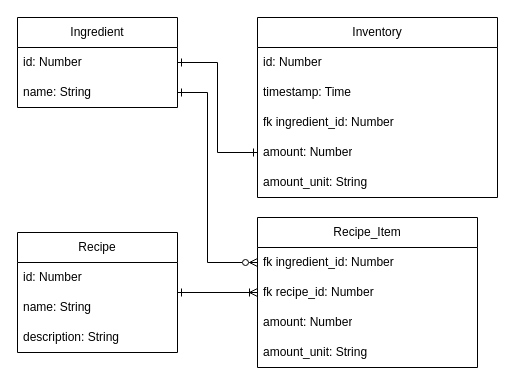
joseph-rock/db-project keeps this draw.io diagram as db-project-ERD.drawio. Above is the earlier version. Source tidied: cells renumbered, new cells numbered last; positions are measured from the earlier drawing's top-left corner, leaving out a move shared by most shapes. Both pictures are drawn from the tidied source at 100%, with x=0, y=0 at pixel (17, 17).
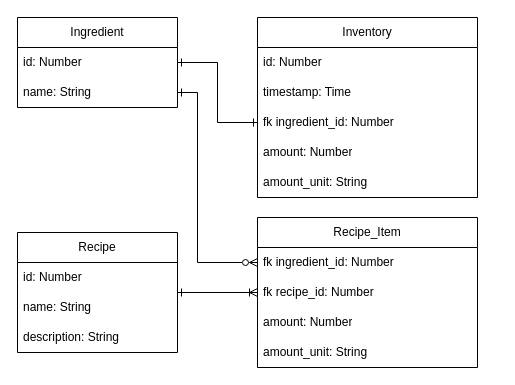
Above is the later version.

The change refers to these unchanged cells:
```xml
<mxCell id="3" value="id: Number" style="text;strokeColor=none;fillColor=none;align=left;verticalAlign=middle;spacingLeft=4;spacingRight=4;overflow=hidden;points=[[0,0.5],[1,0.5]];portConstraint=eastwest;whiteSpace=wrap;html=1;" parent="2" vertex="1">
  <mxGeometry y="30" width="160" height="30" as="geometry" />
</mxCell>
<mxCell id="4" value="name: String" style="text;strokeColor=none;fillColor=none;align=left;verticalAlign=middle;spacingLeft=4;spacingRight=4;overflow=hidden;points=[[0,0.5],[1,0.5]];portConstraint=eastwest;whiteSpace=wrap;html=1;" parent="2" vertex="1">
  <mxGeometry y="60" width="160" height="30" as="geometry" />
</mxCell>
<mxCell id="11" value="fk ingredient_id: Number" style="text;strokeColor=none;fillColor=none;align=left;verticalAlign=middle;spacingLeft=4;spacingRight=4;overflow=hidden;points=[[0,0.5],[1,0.5]];portConstraint=eastwest;whiteSpace=wrap;html=1;" parent="10" vertex="1">
  <mxGeometry y="30" width="220" height="30" as="geometry" />
</mxCell>
```

What changed in the source:
```diff
@@
     <mxCell id="15" value="Inventory" style="swimlane;fontStyle=0;horizontal=1;startSize=30;whiteSpace=wrap;html=1;" parent="1" vertex="1">
-      <mxGeometry x="240" width="240" height="180" as="geometry" />
+      <mxGeometry x="240" width="220" height="180" as="geometry" />
     </mxCell>
     <mxCell id="16" value="id: Number" style="text;strokeColor=none;fillColor=none;align=left;verticalAlign=middle;spacingLeft=4;spacingRight=4;overflow=hidden;whiteSpace=wrap;html=1;" parent="15" vertex="1">
-      <mxGeometry y="30" width="240" height="30" as="geometry" />
+      <mxGeometry y="30" width="220" height="30" as="geometry" />
     </mxCell>
     <mxCell id="17" value="timestamp: Time" style="text;strokeColor=none;fillColor=none;align=left;verticalAlign=middle;spacingLeft=4;spacingRight=4;overflow=hidden;whiteSpace=wrap;html=1;" parent="15" vertex="1">
-      <mxGeometry y="60" width="240" height="30" as="geometry" />
+      <mxGeometry y="60" width="220" height="30" as="geometry" />
     </mxCell>
     <mxCell id="18" value="fk ingredient_id: Number" style="text;strokeColor=none;fillColor=none;align=left;verticalAlign=middle;spacingLeft=4;spacingRight=4;overflow=hidden;points=[[0,0.5],[1,0.5]];portConstraint=eastwest;whiteSpace=wrap;html=1;" parent="15" vertex="1">
-      <mxGeometry y="90" width="240" height="30" as="geometry" />
+      <mxGeometry y="90" width="220" height="30" as="geometry" />
     </mxCell>
     <mxCell id="19" value="amount: Number" style="text;strokeColor=none;fillColor=none;align=left;verticalAlign=middle;spacingLeft=4;spacingRight=4;overflow=hidden;points=[[0,0.5],[1,0.5]];portConstraint=eastwest;whiteSpace=wrap;html=1;" parent="15" vertex="1">
-      <mxGeometry y="120" width="240" height="30" as="geometry" />
+      <mxGeometry y="120" width="220" height="30" as="geometry" />
     </mxCell>
     <mxCell id="20" value="amount_unit: String" style="text;strokeColor=none;fillColor=none;align=left;verticalAlign=middle;spacingLeft=4;spacingRight=4;overflow=hidden;whiteSpace=wrap;html=1;" parent="15" vertex="1">
-      <mxGeometry y="150" width="240" height="30" as="geometry" />
+      <mxGeometry y="150" width="220" height="30" as="geometry" />
     </mxCell>
     <mxCell id="21" style="edgeStyle=orthogonalEdgeStyle;rounded=0;jettySize=auto;html=1;exitX=1;exitY=0.5;exitDx=0;exitDy=0;entryX=0;entryY=0.5;entryDx=0;entryDy=0;endArrow=ERzeroToMany;endFill=0;startArrow=ERone;startFill=0;" parent="1" edge="1" source="4" target="11">
       <mxGeometry relative="1" as="geometry">
         <Array as="points">
-          <mxPoint x="190" y="75" />
-          <mxPoint x="190" y="245" />
+          <mxPoint x="180" y="75" />
+          <mxPoint x="180" y="245" />
         </Array>
       </mxGeometry>
     </mxCell>
-    <mxCell id="22" style="edgeStyle=orthogonalEdgeStyle;rounded=0;jettySize=auto;html=1;entryX=0;entryY=0.5;entryDx=0;entryDy=0;startArrow=ERone;startFill=0;endArrow=ERone;endFill=0;" parent="1" edge="1" source="3" target="19">
+    <mxCell id="22" style="edgeStyle=orthogonalEdgeStyle;rounded=0;jettySize=auto;html=1;startArrow=ERone;startFill=0;endArrow=ERone;endFill=0;entryX=0;entryY=0.5;entryDx=0;entryDy=0;" parent="1" edge="1" source="3" target="18">
       <mxGeometry relative="1" as="geometry" />
     </mxCell>
```
